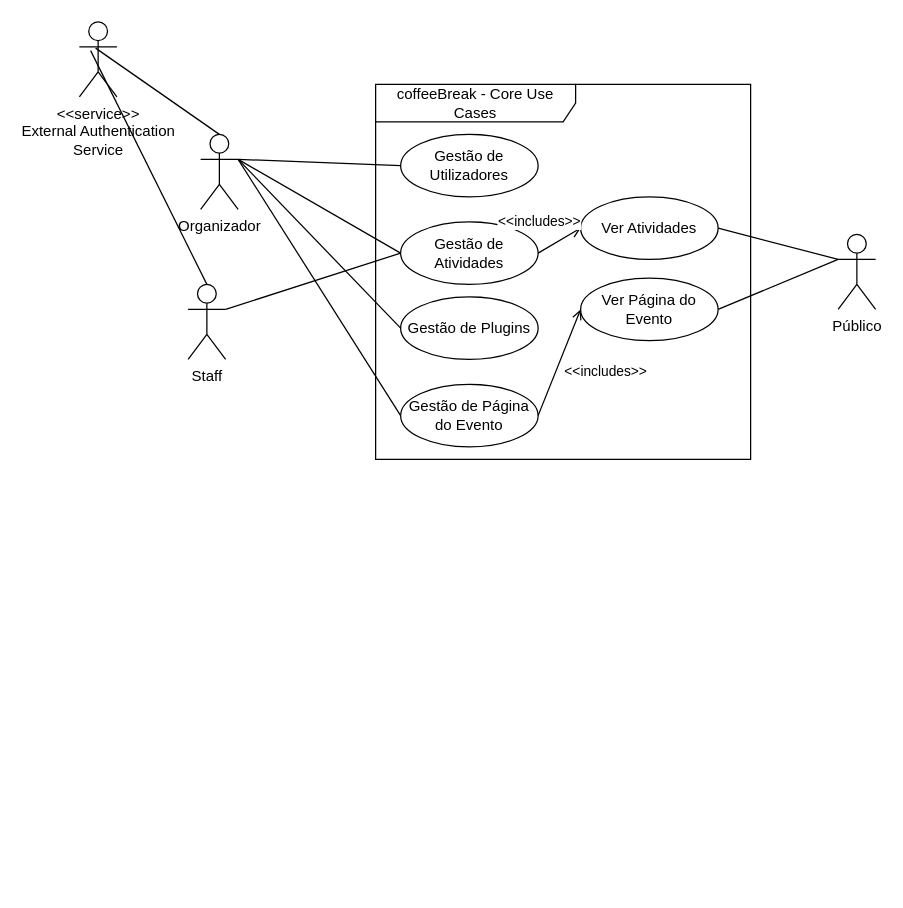
Before: coffeeBreak.drawio in PI-coffeeBreak/diagrams, a draw.io diagram. Source tidied: cells renumbered, new cells numbered last; positions are measured from the earlier drawing's top-left corner, leaving out a move shared by most shapes. Both pictures are drawn from the tidied source at 125%, with x=0, y=0 at pixel (79, 21).
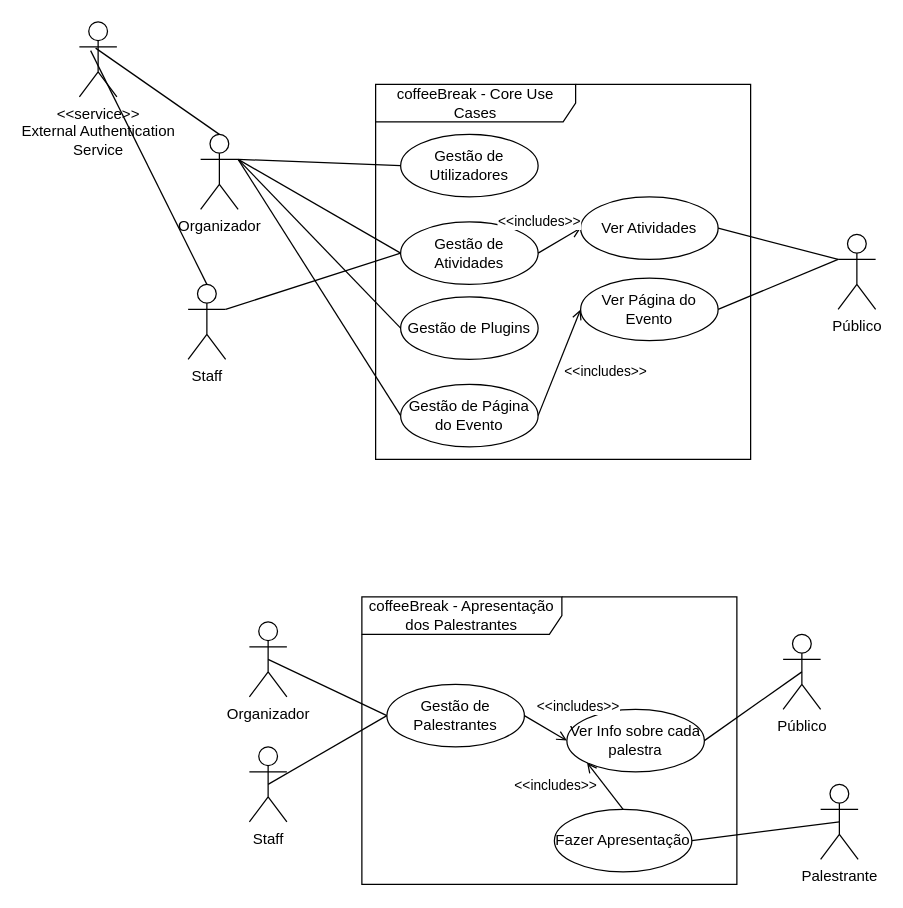
The same page after the edit.

Commit message:
add diagram of Apresentação dos Palestrantes plugin

Change to the diagram source:
```diff
@@
+    <mxCell id="26" value="coffeeBreak - Apresentação dos Palestrantes" style="shape=umlFrame;whiteSpace=wrap;html=1;width=160;" parent="1" vertex="1">
+      <mxGeometry x="226" y="460" width="300" height="230" as="geometry" />
+    </mxCell>
+    <mxCell id="27" value="Gestão de Palestrantes" style="ellipse;whiteSpace=wrap;html=1;" parent="26" vertex="1">
+      <mxGeometry x="20" y="70" width="110" height="50" as="geometry" />
+    </mxCell>
+    <mxCell id="28" value="Ver Info sobre cada palestra" style="ellipse;whiteSpace=wrap;html=1;" parent="26" vertex="1">
+      <mxGeometry x="164" y="90" width="110" height="50" as="geometry" />
+    </mxCell>
+    <mxCell id="29" style="endArrow=open;html=1;rounded=0;entryX=0;entryY=0.5;entryDx=0;entryDy=0;endFill=0;exitX=1;exitY=0.5;exitDx=0;exitDy=0;" parent="26" edge="1" source="27" target="28">
+      <mxGeometry relative="1" as="geometry" />
+    </mxCell>
+    <mxCell id="30" value="&amp;lt;&amp;lt;includes&amp;gt;&amp;gt;" style="edgeLabel;html=1;align=center;verticalAlign=middle;" parent="29" vertex="1">
+      <mxGeometry x="-0.11" relative="1" as="geometry">
+        <mxPoint x="27" y="-17" as="offset" />
+      </mxGeometry>
+    </mxCell>
+    <mxCell id="31" value="Fazer Apresentação" style="ellipse;whiteSpace=wrap;html=1;" parent="26" vertex="1">
+      <mxGeometry x="154" y="170" width="110" height="50" as="geometry" />
+    </mxCell>
+    <mxCell id="32" style="endArrow=open;html=1;rounded=0;entryX=0;entryY=1;entryDx=0;entryDy=0;endFill=0;exitX=0.5;exitY=0;exitDx=0;exitDy=0;" parent="26" edge="1" source="31" target="28">
+      <mxGeometry relative="1" as="geometry" />
+    </mxCell>
+    <mxCell id="33" value="&amp;lt;&amp;lt;includes&amp;gt;&amp;gt;" style="edgeLabel;html=1;align=center;verticalAlign=middle;" parent="26" vertex="1">
+      <mxGeometry x="154" y="150" as="geometry" />
+    </mxCell>
+    <mxCell id="34" value="Organizador" style="shape=umlActor;verticalLabelPosition=bottom;verticalAlign=top;html=1;" parent="1" vertex="1">
+      <mxGeometry x="136" y="480" width="30" height="60" as="geometry" />
+    </mxCell>
+    <mxCell id="35" value="Staff" style="shape=umlActor;verticalLabelPosition=bottom;verticalAlign=top;html=1;" parent="1" vertex="1">
+      <mxGeometry x="136" y="580" width="30" height="60" as="geometry" />
+    </mxCell>
+    <mxCell id="36" style="endArrow=none;html=1;rounded=0;exitX=0.5;exitY=0.5;exitDx=0;exitDy=0;exitPerimeter=0;entryX=0;entryY=0.5;entryDx=0;entryDy=0;" parent="1" edge="1" source="35" target="27">
+      <mxGeometry relative="1" as="geometry" />
+    </mxCell>
+    <mxCell id="37" style="endArrow=none;html=1;rounded=0;exitX=0.5;exitY=0.5;exitDx=0;exitDy=0;exitPerimeter=0;entryX=0;entryY=0.5;entryDx=0;entryDy=0;" parent="1" edge="1" source="34" target="27">
+      <mxGeometry relative="1" as="geometry" />
+    </mxCell>
+    <mxCell id="38" value="Público" style="shape=umlActor;verticalLabelPosition=bottom;verticalAlign=top;html=1;" parent="1" vertex="1">
+      <mxGeometry x="563" y="490" width="30" height="60" as="geometry" />
+    </mxCell>
+    <mxCell id="39" style="endArrow=none;html=1;rounded=0;exitX=1;exitY=0.5;exitDx=0;exitDy=0;entryX=0.5;entryY=0.5;entryDx=0;entryDy=0;entryPerimeter=0;" parent="1" edge="1" source="28" target="38">
+      <mxGeometry relative="1" as="geometry" />
+    </mxCell>
+    <mxCell id="40" value="Palestrante" style="shape=umlActor;verticalLabelPosition=bottom;verticalAlign=top;html=1;" parent="1" vertex="1">
+      <mxGeometry x="593" y="610" width="30" height="60" as="geometry" />
+    </mxCell>
+    <mxCell id="41" style="endArrow=none;html=1;rounded=0;exitX=1;exitY=0.5;exitDx=0;exitDy=0;entryX=0.5;entryY=0.5;entryDx=0;entryDy=0;entryPerimeter=0;" parent="1" edge="1" source="31" target="40">
+      <mxGeometry relative="1" as="geometry" />
+    </mxCell>
```
